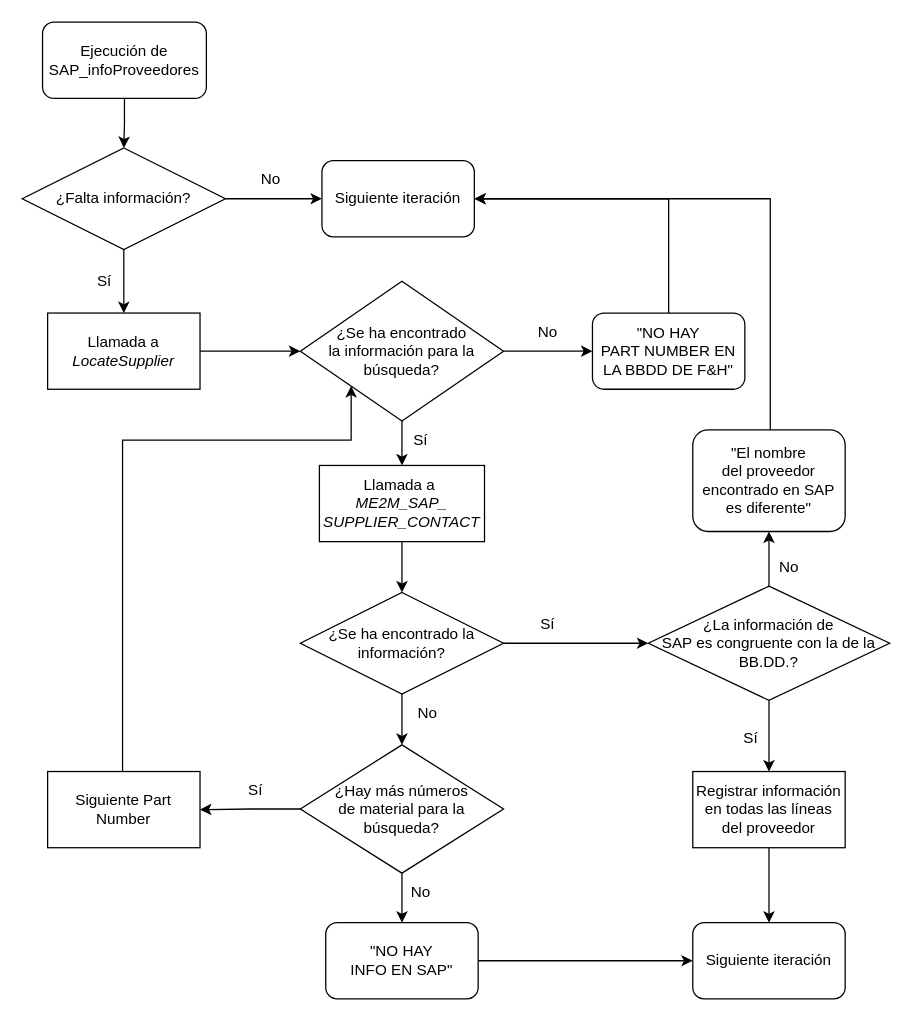
The draw.io diagram Contactos > SAP_InfoProveedores.drawio in CallejoSanzDavid/EN45545, before the edit. Source tidied: cells renumbered, new cells numbered last; positions are measured from the earlier drawing's top-left corner, leaving out a move shared by most shapes. Both pictures are drawn from the tidied source at 127%, with x=0, y=0 at pixel (22, 22).
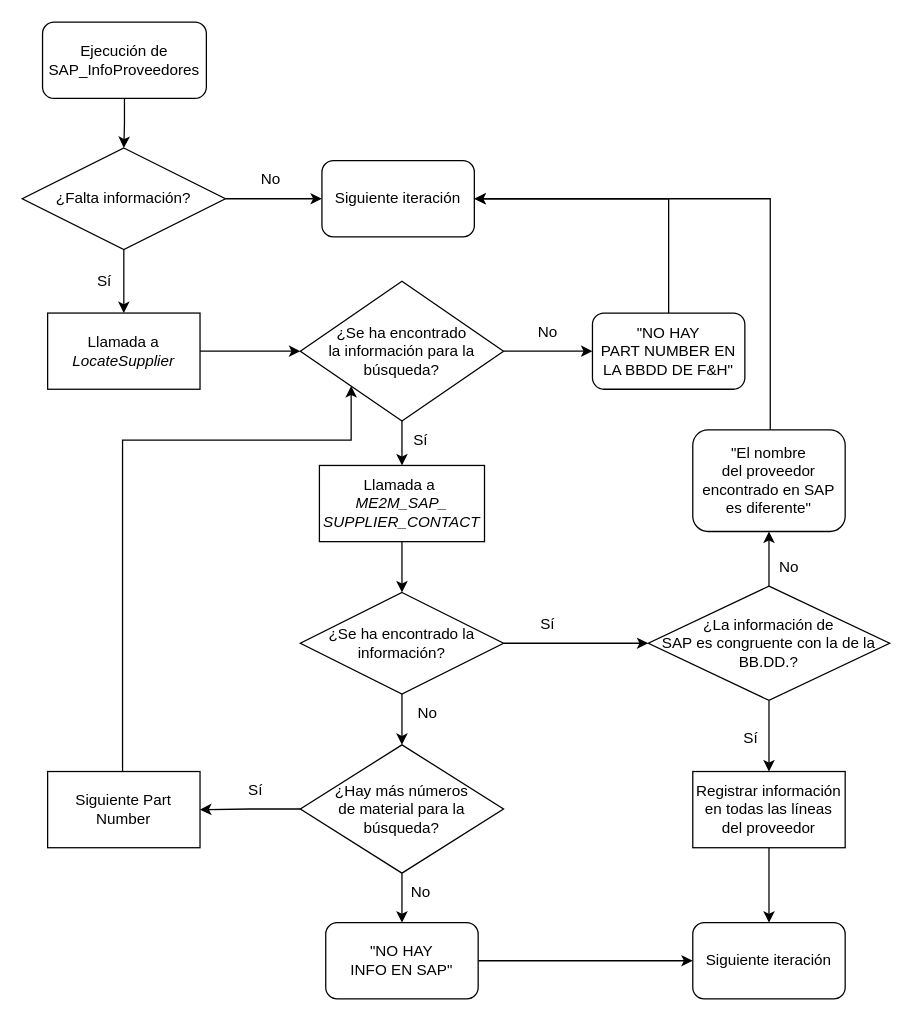
The same diagram, later.

Diff of the diagram source:
```diff
@@
-    <mxCell id="35" value="Ejecución de&lt;br&gt;SAP_infoProveedores" style="rounded=1;whiteSpace=wrap;html=1;fontFamily=Helvetica;fontSize=12;" parent="1" vertex="1">
+    <mxCell id="35" value="Ejecución de&lt;br&gt;SAP_InfoProveedores" style="rounded=1;whiteSpace=wrap;html=1;fontFamily=Helvetica;fontSize=12;" parent="1" vertex="1">
       <mxGeometry x="16" width="129" height="60" as="geometry" />
     </mxCell>
```
